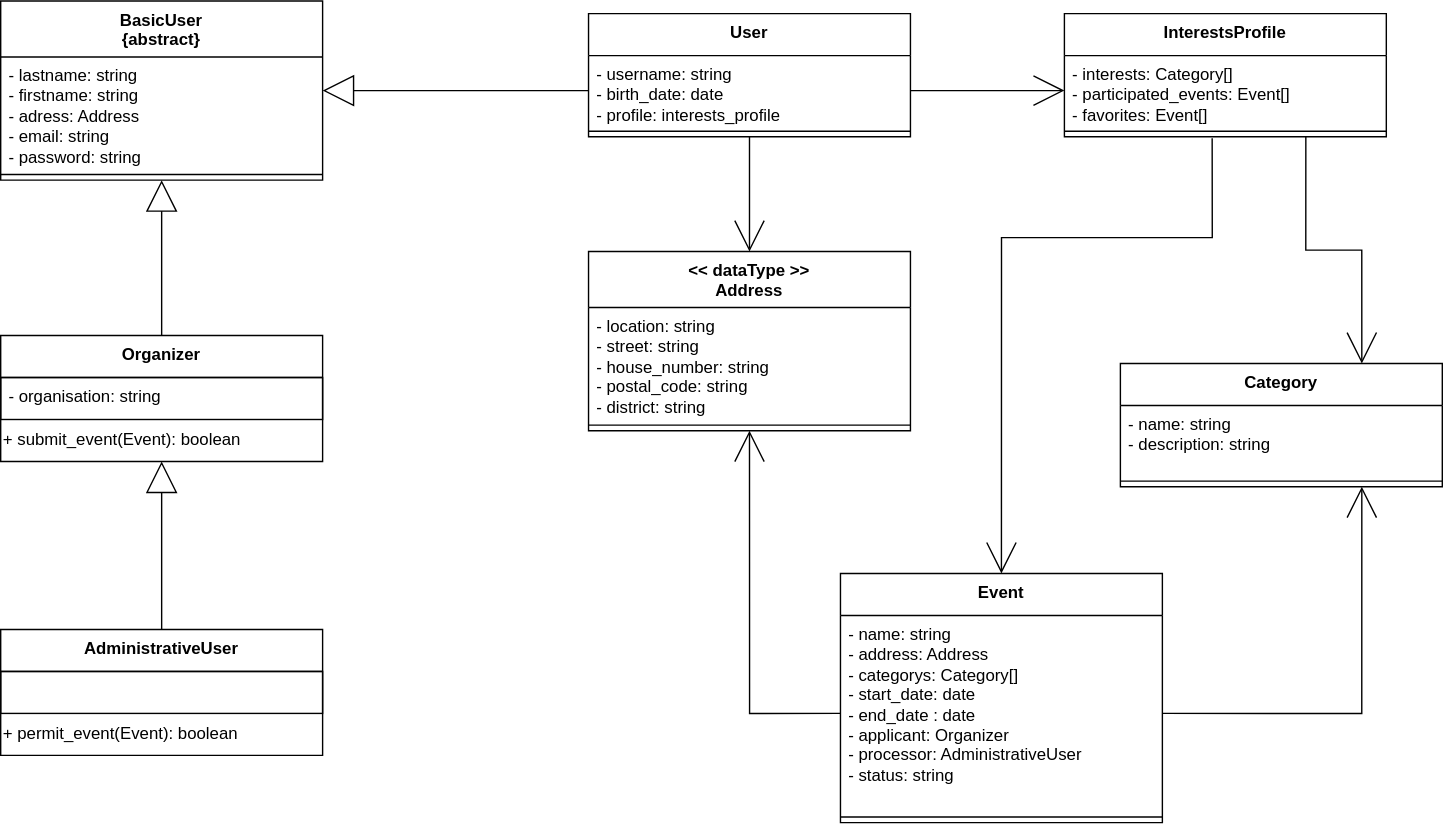
Before: documentation/diagrams/class-diagram.svg, a diagram exported from draw.io (BenjaminBrxun/sonar). Source tidied: cells renumbered, new cells last; positions are measured from the earlier drawing's top-left corner, leaving out a move shared by most shapes.
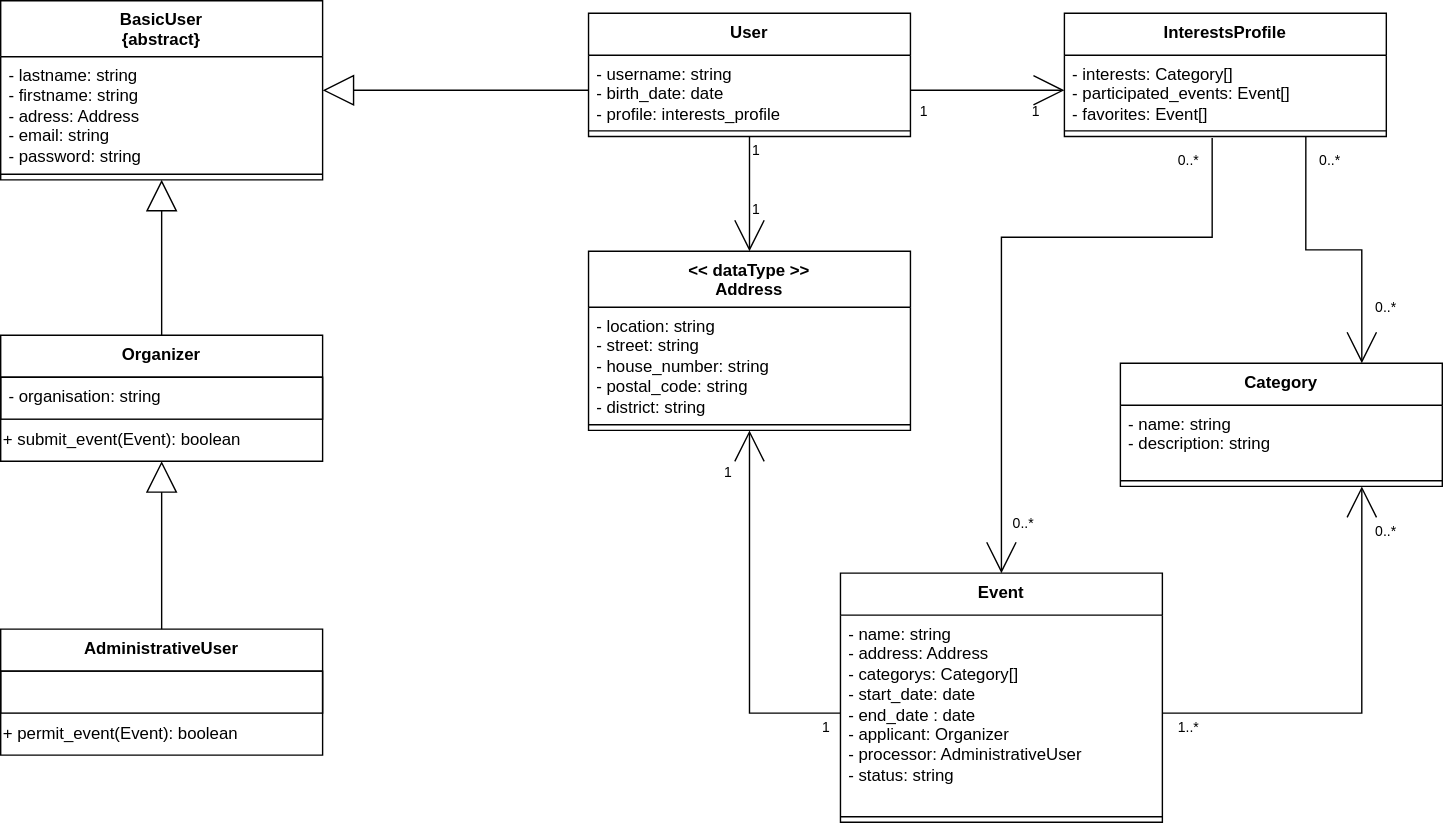
After the change.

Commit message:
Update class diagram

Change to the diagram source:
```diff
@@ -108,5 +108,41 @@
     <mxCell id="34" style="endArrow=open;html=1;rounded=0;entryX=0.75;entryY=1;entryDx=0;entryDy=0;exitX=1;exitY=0.5;exitDx=0;exitDy=0;endFill=0;endSize=20;edgeStyle=orthogonalEdgeStyle;" parent="1" edge="1" source="18" target="23">
       <mxGeometry relative="1" as="geometry" />
     </mxCell>
+    <mxCell id="35" value="&lt;font style=&quot;font-size: 10px;&quot;&gt;1&lt;/font&gt;" style="text;html=1;strokeColor=none;fillColor=none;align=center;verticalAlign=middle;whiteSpace=wrap;rounded=0;" parent="1" vertex="1">
+      <mxGeometry x="530" y="97" width="20" height="20" as="geometry" />
+    </mxCell>
+    <mxCell id="36" value="&lt;font style=&quot;font-size: 10px;&quot;&gt;1&lt;/font&gt;" style="text;html=1;strokeColor=none;fillColor=none;align=center;verticalAlign=middle;whiteSpace=wrap;rounded=0;" parent="1" vertex="1">
+      <mxGeometry x="530" y="139" width="20" height="20" as="geometry" />
+    </mxCell>
+    <mxCell id="37" value="&lt;font style=&quot;font-size: 10px;&quot;&gt;1&lt;/font&gt;" style="text;html=1;strokeColor=none;fillColor=none;align=center;verticalAlign=middle;whiteSpace=wrap;rounded=0;" parent="1" vertex="1">
+      <mxGeometry x="730" y="69" width="20" height="20" as="geometry" />
+    </mxCell>
+    <mxCell id="38" value="&lt;font style=&quot;font-size: 10px;&quot;&gt;1&lt;/font&gt;" style="text;html=1;strokeColor=none;fillColor=none;align=center;verticalAlign=middle;whiteSpace=wrap;rounded=0;" parent="1" vertex="1">
+      <mxGeometry x="650" y="69" width="20" height="20" as="geometry" />
+    </mxCell>
+    <mxCell id="39" value="&lt;font style=&quot;font-size: 10px;&quot;&gt;1&lt;/font&gt;" style="text;html=1;strokeColor=none;fillColor=none;align=center;verticalAlign=middle;whiteSpace=wrap;rounded=0;" parent="1" vertex="1">
+      <mxGeometry x="510" y="327" width="20" height="20" as="geometry" />
+    </mxCell>
+    <mxCell id="40" value="&lt;font style=&quot;font-size: 10px;&quot;&gt;1&lt;/font&gt;" style="text;html=1;strokeColor=none;fillColor=none;align=center;verticalAlign=middle;whiteSpace=wrap;rounded=0;" parent="1" vertex="1">
+      <mxGeometry x="580" y="509" width="20" height="20" as="geometry" />
+    </mxCell>
+    <mxCell id="41" value="&lt;font style=&quot;font-size: 10px;&quot;&gt;0..*&lt;/font&gt;" style="text;html=1;strokeColor=none;fillColor=none;align=center;verticalAlign=middle;whiteSpace=wrap;rounded=0;" parent="1" vertex="1">
+      <mxGeometry x="839" y="104" width="20" height="20" as="geometry" />
+    </mxCell>
+    <mxCell id="42" value="&lt;font style=&quot;font-size: 10px;&quot;&gt;0..*&lt;/font&gt;" style="text;html=1;strokeColor=none;fillColor=none;align=center;verticalAlign=middle;whiteSpace=wrap;rounded=0;" parent="1" vertex="1">
+      <mxGeometry x="721" y="363" width="20" height="20" as="geometry" />
+    </mxCell>
+    <mxCell id="43" value="&lt;font style=&quot;font-size: 10px;&quot;&gt;0..*&lt;/font&gt;" style="text;html=1;strokeColor=none;fillColor=none;align=center;verticalAlign=middle;whiteSpace=wrap;rounded=0;" parent="1" vertex="1">
+      <mxGeometry x="980" y="209" width="20" height="20" as="geometry" />
+    </mxCell>
+    <mxCell id="44" value="&lt;font style=&quot;font-size: 10px;&quot;&gt;0..*&lt;/font&gt;" style="text;html=1;strokeColor=none;fillColor=none;align=center;verticalAlign=middle;whiteSpace=wrap;rounded=0;" parent="1" vertex="1">
+      <mxGeometry x="980" y="369" width="20" height="20" as="geometry" />
+    </mxCell>
+    <mxCell id="45" value="&lt;font style=&quot;font-size: 10px;&quot;&gt;0..*&lt;/font&gt;" style="text;html=1;strokeColor=none;fillColor=none;align=center;verticalAlign=middle;whiteSpace=wrap;rounded=0;" parent="1" vertex="1">
+      <mxGeometry x="940" y="104" width="20" height="20" as="geometry" />
+    </mxCell>
+    <mxCell id="46" value="&lt;font style=&quot;font-size: 10px;&quot;&gt;1..*&lt;/font&gt;" style="text;html=1;strokeColor=none;fillColor=none;align=center;verticalAlign=middle;whiteSpace=wrap;rounded=0;" parent="1" vertex="1">
+      <mxGeometry x="839" y="509" width="20" height="20" as="geometry" />
+    </mxCell>
   </root>
 </mxGraphModel>
```
